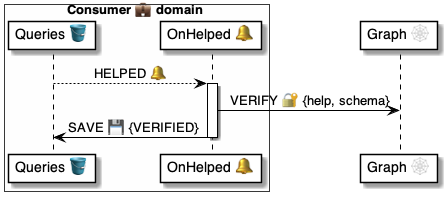
The PlantUML diagram 4 ⚙️ Solution/41 🎭 Domain Roles/Consumers 💼/💼🪣 Consumer tables/Invites 🗄️ table/🪣🧱 21 Helped 🔔 event/💼 OnInviteHelped ⚙️ uml.png in pollyweb-org/pollyweb-docs, before a commit. Its source is kept beside it as 4 ⚙️ Solution/41 🎭 Domain Roles/Consumers 💼/💼🪣 Consumer tables/Invites 🗄️ table/🪣🧱 21 Helped 🔔 event/💼 OnInviteHelped ⚙️ uml.puml. Its diagram source:
```plantuml
@startuml OnInviteHelped

box Consumer 💼 domain #FFFFFA
    participant "Queries 🪣" as table
    participant "OnHelped 🔔" as handler
end box
participant "Graph 🕸" as graph

table --> handler: HELPED 🔔

activate handler
    handler -> graph: VERIFY 🔐 {help, schema}
    handler -> table: SAVE 💾 {VERIFIED}
deactivate handler

@enduml
```
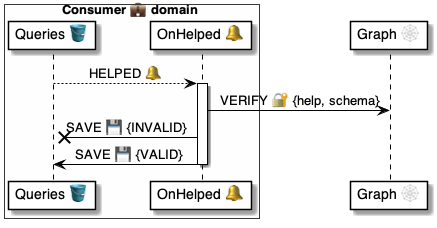
After the change.

The edit, as a diff of the source:
```diff
@@ -10,7 +10,8 @@
 
 activate handler
     handler -> graph: VERIFY 🔐 {help, schema}
-    handler -> table: SAVE 💾 {VERIFIED}
+    handler -x table: SAVE 💾 {INVALID}
+    handler -> table: SAVE 💾 {VALID}
 deactivate handler
 
 @enduml
```
